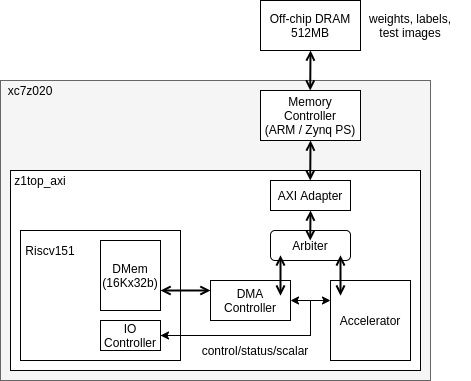
Above: spec/images/full_system.png in v00id852/LittleChip (draw.io), before the change. Source tidied: cells renumbered, new cells last; positions are measured from the earlier drawing's top-left corner, leaving out a move shared by most shapes. Its diagram source:
```xml
<mxGraphModel>
  <root>
    <mxCell id="0" />
    <mxCell id="1" parent="0" />
    <mxCell id="2" style="rounded=0;whiteSpace=wrap;html=1;fillColor=#f5f5f5;strokeColor=#666666;fontColor=#333333;" parent="1" vertex="1">
      <mxGeometry y="80" width="430" height="300" as="geometry" />
    </mxCell>
    <mxCell id="3" style="rounded=0;whiteSpace=wrap;html=1;" parent="1" vertex="1">
      <mxGeometry x="10" y="170" width="410" height="200" as="geometry" />
    </mxCell>
    <mxCell id="4" style="rounded=0;whiteSpace=wrap;html=1;" parent="1" vertex="1">
      <mxGeometry x="20" y="230" width="160" height="130" as="geometry" />
    </mxCell>
    <mxCell id="5" value="DMem&lt;br&gt;(16Kx32b)" style="rounded=0;whiteSpace=wrap;html=1;" parent="1" vertex="1">
      <mxGeometry x="100" y="240" width="60" height="70" as="geometry" />
    </mxCell>
    <mxCell id="6" value="IO&lt;br&gt;Controller" style="rounded=0;whiteSpace=wrap;html=1;" parent="1" vertex="1">
      <mxGeometry x="100" y="320" width="60" height="30" as="geometry" />
    </mxCell>
    <mxCell id="7" value="Riscv151" style="text;html=1;strokeColor=none;fillColor=none;align=center;verticalAlign=middle;whiteSpace=wrap;rounded=0;" parent="1" vertex="1">
      <mxGeometry x="30" y="240" width="40" height="20" as="geometry" />
    </mxCell>
    <mxCell id="8" value="DMA Controller" style="rounded=0;whiteSpace=wrap;html=1;" parent="1" vertex="1">
      <mxGeometry x="210" y="280" width="80" height="40" as="geometry" />
    </mxCell>
    <mxCell id="9" value="Accelerator" style="rounded=0;whiteSpace=wrap;html=1;" parent="1" vertex="1">
      <mxGeometry x="330" y="280" width="80" height="80" as="geometry" />
    </mxCell>
    <mxCell id="10" value="Arbiter" style="rounded=1;whiteSpace=wrap;html=1;" parent="1" vertex="1">
      <mxGeometry x="270" y="230" width="80" height="30" as="geometry" />
    </mxCell>
    <mxCell id="11" value="AXI Adapter" style="rounded=0;whiteSpace=wrap;html=1;" parent="1" vertex="1">
      <mxGeometry x="270" y="180" width="80" height="30" as="geometry" />
    </mxCell>
    <mxCell id="12" value="z1top_axi" style="text;html=1;strokeColor=none;fillColor=none;align=center;verticalAlign=middle;whiteSpace=wrap;rounded=0;" parent="1" vertex="1">
      <mxGeometry x="20" y="170" width="40" height="20" as="geometry" />
    </mxCell>
    <mxCell id="13" value="Memory Controller&lt;br&gt;(ARM / Zynq PS)" style="rounded=0;whiteSpace=wrap;html=1;" parent="1" vertex="1">
      <mxGeometry x="260" y="90" width="100" height="50" as="geometry" />
    </mxCell>
    <mxCell id="14" style="endArrow=classic;html=1;shadow=0;strokeWidth=1;fillColor=#ffffff;exitX=1;exitY=0.5;exitDx=0;exitDy=0;entryX=1;entryY=0.5;entryDx=0;entryDy=0;rounded=0;" parent="1" edge="1" source="6" target="8">
      <mxGeometry relative="1" as="geometry">
        <Array as="points">
          <mxPoint x="310" y="335" />
          <mxPoint x="310" y="300" />
        </Array>
      </mxGeometry>
    </mxCell>
    <mxCell id="15" style="endArrow=classic;html=1;shadow=0;strokeWidth=1;fillColor=#ffffff;exitX=1;exitY=0.5;exitDx=0;exitDy=0;entryX=0;entryY=0.25;entryDx=0;entryDy=0;rounded=0;startArrow=classic;startFill=1;" parent="1" edge="1" source="6" target="9">
      <mxGeometry relative="1" as="geometry">
        <Array as="points">
          <mxPoint x="310" y="335" />
          <mxPoint x="310" y="300" />
        </Array>
      </mxGeometry>
    </mxCell>
    <mxCell id="16" value="control/status/scalar" style="text;html=1;strokeColor=none;fillColor=none;align=center;verticalAlign=middle;whiteSpace=wrap;rounded=0;" parent="1" vertex="1">
      <mxGeometry x="235" y="340" width="40" height="20" as="geometry" />
    </mxCell>
    <mxCell id="17" value="Off-chip DRAM&lt;br&gt;512MB" style="rounded=0;whiteSpace=wrap;html=1;" parent="1" vertex="1">
      <mxGeometry x="260" width="100" height="50" as="geometry" />
    </mxCell>
    <mxCell id="18" value="xc7z020" style="text;html=1;strokeColor=none;fillColor=none;align=center;verticalAlign=middle;whiteSpace=wrap;rounded=0;" parent="1" vertex="1">
      <mxGeometry x="10" y="80" width="40" height="20" as="geometry" />
    </mxCell>
    <mxCell id="19" value="weights, labels,&lt;br&gt;test images" style="text;html=1;strokeColor=none;fillColor=none;align=center;verticalAlign=middle;whiteSpace=wrap;rounded=0;" parent="1" vertex="1">
      <mxGeometry x="350" y="15" width="120" height="20" as="geometry" />
    </mxCell>
    <mxCell id="20" style="endArrow=open;startArrow=open;html=1;shadow=0;strokeWidth=2;fillColor=#ffffff;entryX=0;entryY=0.25;entryDx=0;entryDy=0;startFill=0;endFill=0;" parent="1" edge="1" target="8">
      <mxGeometry relative="1" as="geometry">
        <mxPoint x="160" y="290" as="sourcePoint" />
      </mxGeometry>
    </mxCell>
    <mxCell id="21" style="endArrow=open;startArrow=open;html=1;shadow=0;strokeWidth=2;fillColor=#ffffff;startFill=0;endFill=0;" parent="1" edge="1">
      <mxGeometry relative="1" as="geometry">
        <mxPoint x="280" y="254.8" as="sourcePoint" />
        <mxPoint x="280" y="295.1" as="targetPoint" />
      </mxGeometry>
    </mxCell>
    <mxCell id="22" style="endArrow=open;startArrow=open;html=1;shadow=0;strokeWidth=2;fillColor=#ffffff;startFill=0;endFill=0;" parent="1" edge="1">
      <mxGeometry relative="1" as="geometry">
        <mxPoint x="340" y="254.9" as="sourcePoint" />
        <mxPoint x="340" y="295.1" as="targetPoint" />
      </mxGeometry>
    </mxCell>
    <mxCell id="23" style="endArrow=open;startArrow=open;html=1;shadow=0;strokeWidth=2;fillColor=#ffffff;startFill=0;endFill=0;" parent="1" edge="1">
      <mxGeometry relative="1" as="geometry">
        <mxPoint x="310" y="210" as="sourcePoint" />
        <mxPoint x="309.7" y="240" as="targetPoint" />
      </mxGeometry>
    </mxCell>
    <mxCell id="24" style="endArrow=open;startArrow=open;html=1;shadow=0;strokeWidth=2;fillColor=#ffffff;startFill=0;endFill=0;exitX=0.5;exitY=1;exitDx=0;exitDy=0;" parent="1" edge="1" source="13">
      <mxGeometry relative="1" as="geometry">
        <mxPoint x="309.7" y="180" as="targetPoint" />
      </mxGeometry>
    </mxCell>
    <mxCell id="25" style="endArrow=open;startArrow=open;html=1;shadow=0;strokeWidth=2;fillColor=#ffffff;startFill=0;endFill=0;exitX=0.5;exitY=1;exitDx=0;exitDy=0;" parent="1" edge="1">
      <mxGeometry relative="1" as="geometry">
        <mxPoint x="310" y="50" as="sourcePoint" />
        <mxPoint x="309.7" y="90" as="targetPoint" />
      </mxGeometry>
    </mxCell>
  </root>
</mxGraphModel>
```
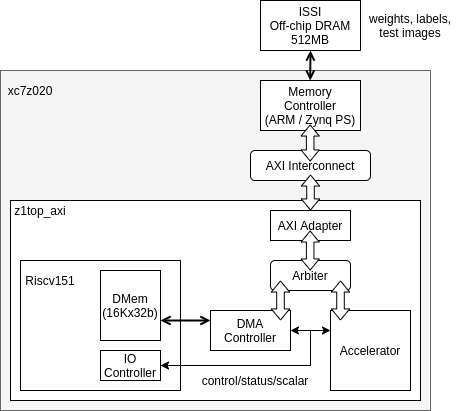
The same diagram one commit later.

The edit, as a diff of the source:
```diff
@@ -2,41 +2,44 @@
   <root>
     <mxCell id="0" />
     <mxCell id="1" parent="0" />
+    <mxCell id="17" value="ISSI&lt;br&gt;Off-chip DRAM&lt;br&gt;512MB" style="rounded=0;whiteSpace=wrap;html=1;strokeWidth=1;" parent="1" vertex="1">
+      <mxGeometry x="260" y="-30" width="100" height="50" as="geometry" />
+    </mxCell>
-    <mxCell id="2" style="rounded=0;whiteSpace=wrap;html=1;fillColor=#f5f5f5;strokeColor=#666666;fontColor=#333333;" parent="1" vertex="1">
-      <mxGeometry y="80" width="430" height="300" as="geometry" />
+    <mxCell id="2" style="rounded=0;whiteSpace=wrap;html=1;fillColor=#f5f5f5;strokeColor=#666666;fontColor=#333333;strokeWidth=1;" parent="1" vertex="1">
+      <mxGeometry y="40" width="430" height="340" as="geometry" />
     </mxCell>
-    <mxCell id="3" style="rounded=0;whiteSpace=wrap;html=1;" parent="1" vertex="1">
+    <mxCell id="3" style="rounded=0;whiteSpace=wrap;html=1;strokeWidth=1;" parent="1" vertex="1">
       <mxGeometry x="10" y="170" width="410" height="200" as="geometry" />
     </mxCell>
-    <mxCell id="4" style="rounded=0;whiteSpace=wrap;html=1;" parent="1" vertex="1">
+    <mxCell id="4" style="rounded=0;whiteSpace=wrap;html=1;strokeWidth=1;" parent="1" vertex="1">
       <mxGeometry x="20" y="230" width="160" height="130" as="geometry" />
     </mxCell>
-    <mxCell id="5" value="DMem&lt;br&gt;(16Kx32b)" style="rounded=0;whiteSpace=wrap;html=1;" parent="1" vertex="1">
+    <mxCell id="5" value="DMem&lt;br&gt;(16Kx32b)" style="rounded=0;whiteSpace=wrap;html=1;strokeWidth=1;" parent="1" vertex="1">
       <mxGeometry x="100" y="240" width="60" height="70" as="geometry" />
     </mxCell>
-    <mxCell id="6" value="IO&lt;br&gt;Controller" style="rounded=0;whiteSpace=wrap;html=1;" parent="1" vertex="1">
+    <mxCell id="6" value="IO&lt;br&gt;Controller" style="rounded=0;whiteSpace=wrap;html=1;strokeWidth=1;" parent="1" vertex="1">
       <mxGeometry x="100" y="320" width="60" height="30" as="geometry" />
     </mxCell>
     <mxCell id="7" value="Riscv151" style="text;html=1;strokeColor=none;fillColor=none;align=center;verticalAlign=middle;whiteSpace=wrap;rounded=0;" parent="1" vertex="1">
       <mxGeometry x="30" y="240" width="40" height="20" as="geometry" />
     </mxCell>
-    <mxCell id="8" value="DMA Controller" style="rounded=0;whiteSpace=wrap;html=1;" parent="1" vertex="1">
+    <mxCell id="8" value="DMA Controller" style="rounded=0;whiteSpace=wrap;html=1;strokeWidth=1;" parent="1" vertex="1">
       <mxGeometry x="210" y="280" width="80" height="40" as="geometry" />
     </mxCell>
-    <mxCell id="9" value="Accelerator" style="rounded=0;whiteSpace=wrap;html=1;" parent="1" vertex="1">
+    <mxCell id="9" value="Accelerator" style="rounded=0;whiteSpace=wrap;html=1;strokeWidth=1;" parent="1" vertex="1">
       <mxGeometry x="330" y="280" width="80" height="80" as="geometry" />
     </mxCell>
-    <mxCell id="10" value="Arbiter" style="rounded=1;whiteSpace=wrap;html=1;" parent="1" vertex="1">
+    <mxCell id="10" value="Arbiter" style="rounded=1;whiteSpace=wrap;html=1;strokeWidth=1;" parent="1" vertex="1">
       <mxGeometry x="270" y="230" width="80" height="30" as="geometry" />
     </mxCell>
-    <mxCell id="11" value="AXI Adapter" style="rounded=0;whiteSpace=wrap;html=1;" parent="1" vertex="1">
+    <mxCell id="11" value="AXI Adapter" style="rounded=0;whiteSpace=wrap;html=1;strokeWidth=1;" parent="1" vertex="1">
       <mxGeometry x="270" y="180" width="80" height="30" as="geometry" />
     </mxCell>
     <mxCell id="12" value="z1top_axi" style="text;html=1;strokeColor=none;fillColor=none;align=center;verticalAlign=middle;whiteSpace=wrap;rounded=0;" parent="1" vertex="1">
       <mxGeometry x="20" y="170" width="40" height="20" as="geometry" />
     </mxCell>
-    <mxCell id="13" value="Memory Controller&lt;br&gt;(ARM / Zynq PS)" style="rounded=0;whiteSpace=wrap;html=1;" parent="1" vertex="1">
-      <mxGeometry x="260" y="90" width="100" height="50" as="geometry" />
+    <mxCell id="13" value="Memory Controller&lt;br&gt;(ARM / Zynq PS)" style="rounded=0;whiteSpace=wrap;html=1;strokeWidth=1;" parent="1" vertex="1">
+      <mxGeometry x="260" y="50" width="100" height="50" as="geometry" />
     </mxCell>
     <mxCell id="14" style="endArrow=classic;html=1;shadow=0;strokeWidth=1;fillColor=#ffffff;exitX=1;exitY=0.5;exitDx=0;exitDy=0;entryX=1;entryY=0.5;entryDx=0;entryDy=0;rounded=0;" parent="1" edge="1" source="6" target="8">
       <mxGeometry relative="1" as="geometry">
@@ -57,48 +60,54 @@
     <mxCell id="16" value="control/status/scalar" style="text;html=1;strokeColor=none;fillColor=none;align=center;verticalAlign=middle;whiteSpace=wrap;rounded=0;" parent="1" vertex="1">
       <mxGeometry x="235" y="340" width="40" height="20" as="geometry" />
     </mxCell>
-    <mxCell id="17" value="Off-chip DRAM&lt;br&gt;512MB" style="rounded=0;whiteSpace=wrap;html=1;" parent="1" vertex="1">
-      <mxGeometry x="260" width="100" height="50" as="geometry" />
-    </mxCell>
     <mxCell id="18" value="xc7z020" style="text;html=1;strokeColor=none;fillColor=none;align=center;verticalAlign=middle;whiteSpace=wrap;rounded=0;" parent="1" vertex="1">
-      <mxGeometry x="10" y="80" width="40" height="20" as="geometry" />
+      <mxGeometry x="10" y="50" width="40" height="20" as="geometry" />
     </mxCell>
     <mxCell id="19" value="weights, labels,&lt;br&gt;test images" style="text;html=1;strokeColor=none;fillColor=none;align=center;verticalAlign=middle;whiteSpace=wrap;rounded=0;" parent="1" vertex="1">
-      <mxGeometry x="350" y="15" width="120" height="20" as="geometry" />
+      <mxGeometry x="350" y="-15" width="120" height="20" as="geometry" />
     </mxCell>
     <mxCell id="20" style="endArrow=open;startArrow=open;html=1;shadow=0;strokeWidth=2;fillColor=#ffffff;entryX=0;entryY=0.25;entryDx=0;entryDy=0;startFill=0;endFill=0;" parent="1" edge="1" target="8">
       <mxGeometry relative="1" as="geometry">
         <mxPoint x="160" y="290" as="sourcePoint" />
       </mxGeometry>
     </mxCell>
-    <mxCell id="21" style="endArrow=open;startArrow=open;html=1;shadow=0;strokeWidth=2;fillColor=#ffffff;startFill=0;endFill=0;" parent="1" edge="1">
-      <mxGeometry relative="1" as="geometry">
-        <mxPoint x="280" y="254.8" as="sourcePoint" />
-        <mxPoint x="280" y="295.1" as="targetPoint" />
-      </mxGeometry>
-    </mxCell>
-    <mxCell id="22" style="endArrow=open;startArrow=open;html=1;shadow=0;strokeWidth=2;fillColor=#ffffff;startFill=0;endFill=0;" parent="1" edge="1">
-      <mxGeometry relative="1" as="geometry">
-        <mxPoint x="340" y="254.9" as="sourcePoint" />
-        <mxPoint x="340" y="295.1" as="targetPoint" />
-      </mxGeometry>
-    </mxCell>
-    <mxCell id="23" style="endArrow=open;startArrow=open;html=1;shadow=0;strokeWidth=2;fillColor=#ffffff;startFill=0;endFill=0;" parent="1" edge="1">
-      <mxGeometry relative="1" as="geometry">
-        <mxPoint x="310" y="210" as="sourcePoint" />
-        <mxPoint x="309.7" y="240" as="targetPoint" />
-      </mxGeometry>
-    </mxCell>
-    <mxCell id="24" style="endArrow=open;startArrow=open;html=1;shadow=0;strokeWidth=2;fillColor=#ffffff;startFill=0;endFill=0;exitX=0.5;exitY=1;exitDx=0;exitDy=0;" parent="1" edge="1" source="13">
-      <mxGeometry relative="1" as="geometry">
-        <mxPoint x="309.7" y="180" as="targetPoint" />
-      </mxGeometry>
-    </mxCell>
-    <mxCell id="25" style="endArrow=open;startArrow=open;html=1;shadow=0;strokeWidth=2;fillColor=#ffffff;startFill=0;endFill=0;exitX=0.5;exitY=1;exitDx=0;exitDy=0;" parent="1" edge="1">
+    <mxCell id="25" style="endArrow=open;startArrow=open;html=1;shadow=0;strokeWidth=2;fillColor=#ffffff;startFill=0;endFill=0;" parent="1" edge="1">
       <mxGeometry relative="1" as="geometry">
-        <mxPoint x="310" y="50" as="sourcePoint" />
-        <mxPoint x="309.7" y="90" as="targetPoint" />
+        <mxPoint x="310" y="20" as="sourcePoint" />
+        <mxPoint x="309.7" y="50" as="targetPoint" />
       </mxGeometry>
     </mxCell>
+    <mxCell id="26" style="shape=flexArrow;endArrow=classic;startArrow=classic;html=1;strokeWidth=1;fillColor=#ffffff;width=7.586206896551724;endSize=3.351724137931035;endWidth=9.726516052318667;startWidth=9.726516052318667;startSize=3.351724137931035;exitX=0.5;exitY=0;exitDx=0;exitDy=0;" parent="1" edge="1">
+      <mxGeometry relative="1" as="geometry">
+        <mxPoint x="309.7" y="240" as="sourcePoint" />
+        <mxPoint x="309.7" y="200" as="targetPoint" />
+      </mxGeometry>
+    </mxCell>
+    <mxCell id="27" style="shape=flexArrow;endArrow=classic;startArrow=classic;html=1;strokeWidth=1;fillColor=#ffffff;width=7.586206896551724;endSize=3.351724137931035;endWidth=9.726516052318667;startWidth=9.726516052318667;startSize=3.351724137931035;exitX=0.5;exitY=0;exitDx=0;exitDy=0;" parent="1" edge="1">
+      <mxGeometry relative="1" as="geometry">
+        <mxPoint x="340" y="290" as="sourcePoint" />
+        <mxPoint x="340" y="250" as="targetPoint" />
+      </mxGeometry>
+    </mxCell>
+    <mxCell id="28" style="shape=flexArrow;endArrow=classic;startArrow=classic;html=1;strokeWidth=1;fillColor=#ffffff;width=7.586206896551724;endSize=3.351724137931035;endWidth=9.726516052318667;startWidth=9.726516052318667;startSize=3.351724137931035;exitX=0.5;exitY=0;exitDx=0;exitDy=0;" parent="1" edge="1">
+      <mxGeometry relative="1" as="geometry">
+        <mxPoint x="280" y="290" as="sourcePoint" />
+        <mxPoint x="280" y="250" as="targetPoint" />
+      </mxGeometry>
+    </mxCell>
+    <mxCell id="29" value="AXI Interconnect" style="rounded=1;whiteSpace=wrap;html=1;strokeWidth=1;fontSize=12;" parent="1" vertex="1">
+      <mxGeometry x="250" y="120" width="120" height="30" as="geometry" />
+    </mxCell>
+    <mxCell id="30" style="shape=flexArrow;endArrow=classic;startArrow=classic;html=1;strokeWidth=1;fillColor=#ffffff;width=7.586206896551724;endSize=3.351724137931035;endWidth=9.726516052318667;startWidth=9.726516052318667;startSize=3.351724137931035;exitX=0.5;exitY=0;exitDx=0;exitDy=0;" parent="1" edge="1" source="11">
+      <mxGeometry relative="1" as="geometry">
+        <mxPoint x="310" y="144" as="targetPoint" />
+      </mxGeometry>
+    </mxCell>
+    <mxCell id="31" style="shape=flexArrow;endArrow=classic;startArrow=classic;html=1;strokeWidth=1;fillColor=#ffffff;width=7.586206896551724;endSize=3.351724137931035;endWidth=9.726516052318667;startWidth=9.726516052318667;startSize=3.351724137931035;exitX=0.5;exitY=0;exitDx=0;exitDy=0;" parent="1" edge="1">
+      <mxGeometry relative="1" as="geometry">
+        <mxPoint x="309.7" y="131" as="sourcePoint" />
+        <mxPoint x="309.7" y="94" as="targetPoint" />
+      </mxGeometry>
+    </mxCell>
   </root>
 </mxGraphModel>
```
